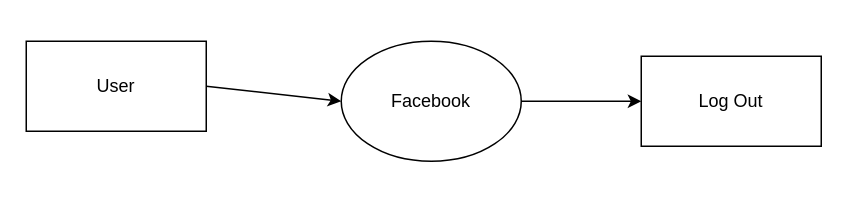
Above: Level 0.drawio in Pj-develop/DFD_FB (draw.io), before the change. Source tidied: cells renumbered, new cells numbered last; positions are measured from the earlier drawing's top-left corner, leaving out a move shared by most shapes. Both pictures are drawn from the tidied source at 150%, with x=0, y=0 at pixel (26, 40).
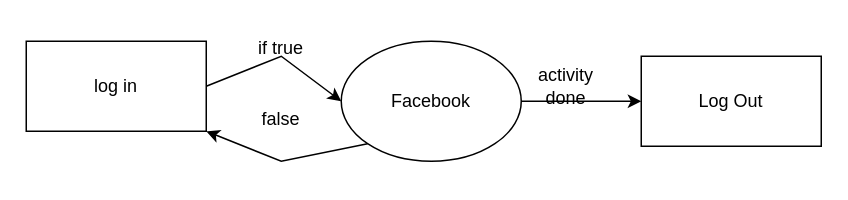
The same diagram, later.

What changed in the source:
```diff
@@
 <mxGraphModel>
   <root>
     <mxCell id="0" />
     <mxCell id="1" parent="0" />
-    <mxCell id="2" value="User" style="rounded=0;whiteSpace=wrap;html=1;" parent="1" vertex="1">
+    <mxCell id="2" value="log in" style="rounded=0;whiteSpace=wrap;html=1;" parent="1" vertex="1">
       <mxGeometry width="120" height="60" as="geometry" />
     </mxCell>
     <mxCell id="3" style="endArrow=classic;html=1;rounded=0;exitX=1;exitY=0.5;exitDx=0;exitDy=0;" parent="1" edge="1" source="2">
       <mxGeometry relative="1" as="geometry">
         <mxPoint x="210" y="40" as="targetPoint" />
+        <Array as="points">
+          <mxPoint x="170" y="10" />
+        </Array>
       </mxGeometry>
     </mxCell>
     <mxCell id="4" value="Facebook" style="ellipse;whiteSpace=wrap;html=1;" parent="1" vertex="1">
       <mxGeometry x="210" width="120" height="80" as="geometry" />
     </mxCell>
     <mxCell id="5" value="Log Out" style="rounded=0;whiteSpace=wrap;html=1;" parent="1" vertex="1">
       <mxGeometry x="410" y="10" width="120" height="60" as="geometry" />
     </mxCell>
     <mxCell id="6" style="endArrow=classic;html=1;rounded=0;entryX=0;entryY=0.5;entryDx=0;entryDy=0;" parent="1" edge="1" target="5">
       <mxGeometry relative="1" as="geometry">
         <mxPoint x="330" y="40" as="sourcePoint" />
       </mxGeometry>
     </mxCell>
+    <mxCell id="7" value="activity done&lt;br&gt;" style="text;html=1;strokeColor=none;fillColor=none;align=center;verticalAlign=middle;whiteSpace=wrap;rounded=0;" parent="1" vertex="1">
+      <mxGeometry x="330" y="15" width="60" height="30" as="geometry" />
+    </mxCell>
+    <mxCell id="8" value="if true" style="text;html=1;strokeColor=none;fillColor=none;align=center;verticalAlign=middle;whiteSpace=wrap;rounded=0;" parent="1" vertex="1">
+      <mxGeometry x="140" y="-10" width="60" height="30" as="geometry" />
+    </mxCell>
+    <mxCell id="9" style="endArrow=classic;html=1;rounded=0;entryX=1;entryY=1;entryDx=0;entryDy=0;exitX=0;exitY=1;exitDx=0;exitDy=0;" parent="1" edge="1" source="4" target="2">
+      <mxGeometry relative="1" as="geometry">
+        <Array as="points">
+          <mxPoint x="170" y="80" />
+        </Array>
+      </mxGeometry>
+    </mxCell>
+    <mxCell id="10" value="false" style="text;html=1;strokeColor=none;fillColor=none;align=center;verticalAlign=middle;whiteSpace=wrap;rounded=0;" parent="1" vertex="1">
+      <mxGeometry x="140" y="37" width="60" height="30" as="geometry" />
+    </mxCell>
   </root>
 </mxGraphModel>
```
